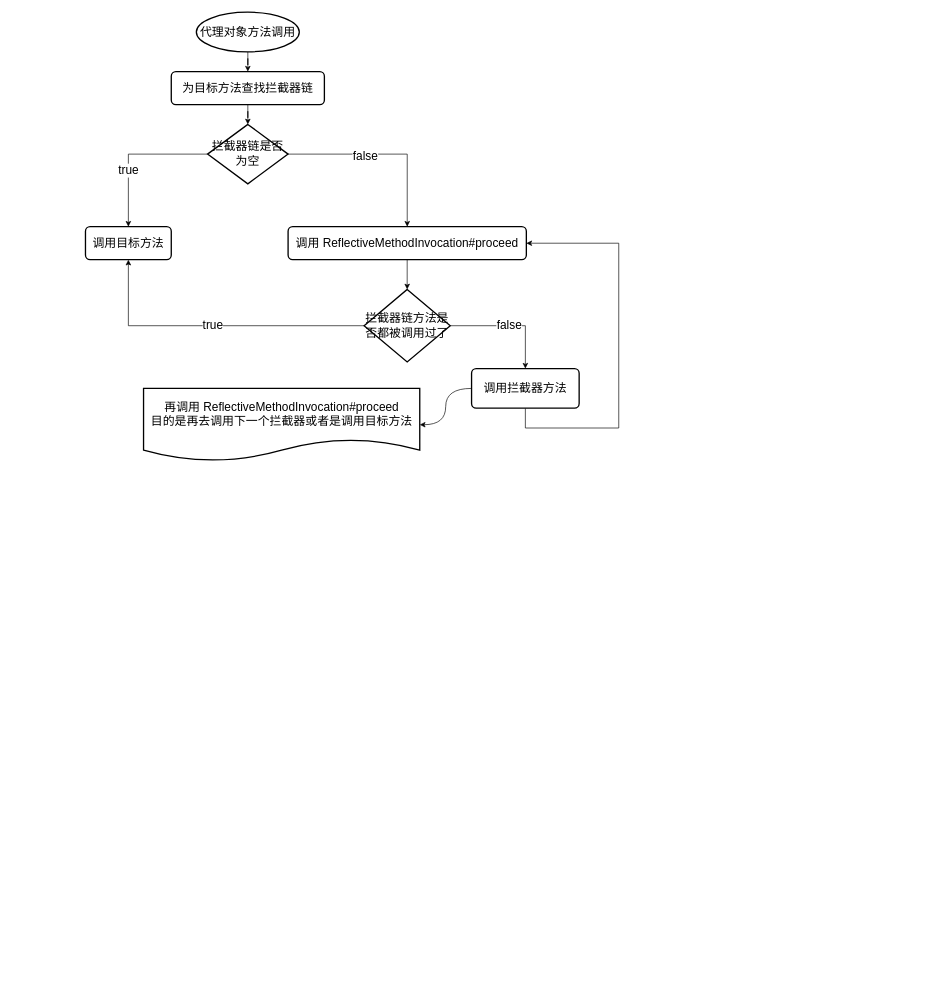
GitHeP/diagrams keeps this draw.io diagram as spring/AOP-Jdk动态代理方法调用过程.drawio. Above is the earlier version. Source tidied: cells renumbered, new cells numbered last; positions are measured from the earlier drawing's top-left corner, leaving out a move shared by most shapes. Both pictures are drawn from the tidied source at 66%, with x=0, y=0 at pixel (85, 12).
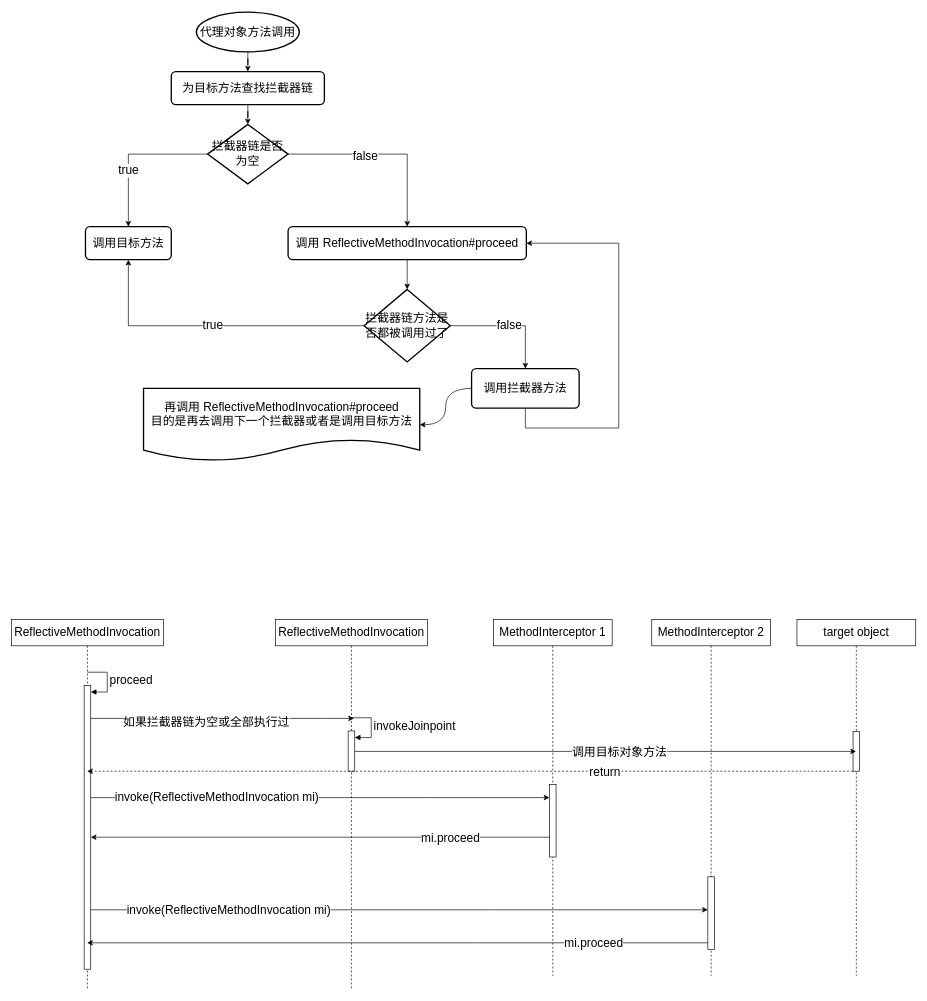
The same diagram, later.

Commit message:
更新AOP-Jdk动态代理方法调用过程.drawio

The edit, as a diff of the source:
```diff
@@
+    <mxCell id="20" style="edgeStyle=elbowEdgeStyle;curved=0;jettySize=auto;html=1;elbow=vertical;rounded=0;fontSize=18;" parent="1" edge="1" source="23">
+      <mxGeometry relative="1" as="geometry">
+        <mxPoint x="406.8" y="1070" as="targetPoint" />
+        <Array as="points">
+          <mxPoint x="357.8" y="1070" />
+          <mxPoint x="107.8" y="1080" />
+          <mxPoint x="377.8" y="1070" />
+        </Array>
+      </mxGeometry>
+    </mxCell>
+    <mxCell id="21" value="如果拦截器链为空或全部执行过" style="edgeLabel;html=1;align=center;verticalAlign=middle;fontSize=18;" parent="20" vertex="1">
+      <mxGeometry x="-0.11" y="-5" relative="1" as="geometry" />
+    </mxCell>
+    <mxCell id="22" value="invoke(ReflectiveMethodInvocation mi)" style="edgeStyle=elbowEdgeStyle;curved=0;jettySize=auto;html=1;elbow=vertical;rounded=0;fontSize=18;" parent="1" edge="1" source="23" target="31">
+      <mxGeometry x="-0.44" relative="1" as="geometry">
+        <Array as="points">
+          <mxPoint x="518" y="1190" />
+          <mxPoint x="558" y="1180" />
+        </Array>
+      </mxGeometry>
+    </mxCell>
+    <mxCell id="23" value="ReflectiveMethodInvocation" style="shape=umlLifeline;perimeter=lifelinePerimeter;whiteSpace=wrap;html=1;outlineConnect=0;portConstraint=eastwest;newEdgeStyle={&quot;edgeStyle&quot;:&quot;elbowEdgeStyle&quot;,&quot;elbow&quot;:&quot;vertical&quot;,&quot;curved&quot;:0,&quot;rounded&quot;:0};fontSize=18;" parent="1" vertex="1">
+      <mxGeometry x="-112" y="920" width="230" height="560" as="geometry" />
+    </mxCell>
+    <mxCell id="24" style="html=1;points=[];perimeter=orthogonalPerimeter;outlineConnect=0;targetShapes=umlLifeline;portConstraint=eastwest;newEdgeStyle={&quot;edgeStyle&quot;:&quot;elbowEdgeStyle&quot;,&quot;elbow&quot;:&quot;vertical&quot;,&quot;curved&quot;:0,&quot;rounded&quot;:0};fontSize=18;" parent="23" vertex="1">
+      <mxGeometry x="110" y="100" width="10" height="430" as="geometry" />
+    </mxCell>
+    <mxCell id="25" value="proceed" style="html=1;align=left;spacingLeft=2;endArrow=block;rounded=0;edgeStyle=orthogonalEdgeStyle;curved=0;rounded=0;fontSize=18;" parent="23" edge="1" target="24">
+      <mxGeometry relative="1" as="geometry">
+        <mxPoint x="115" y="80" as="sourcePoint" />
+        <Array as="points">
+          <mxPoint x="145" y="110" />
+        </Array>
+      </mxGeometry>
+    </mxCell>
+    <mxCell id="26" value="ReflectiveMethodInvocation" style="shape=umlLifeline;perimeter=lifelinePerimeter;whiteSpace=wrap;html=1;newEdgeStyle={&quot;edgeStyle&quot;:&quot;elbowEdgeStyle&quot;,&quot;elbow&quot;:&quot;vertical&quot;,&quot;curved&quot;:0,&quot;rounded&quot;:0};fontSize=18;" parent="1" vertex="1">
+      <mxGeometry x="288" y="920" width="230" height="560" as="geometry" />
+    </mxCell>
+    <mxCell id="27" style="html=1;points=[];perimeter=orthogonalPerimeter;outlineConnect=0;targetShapes=umlLifeline;portConstraint=eastwest;newEdgeStyle={&quot;edgeStyle&quot;:&quot;elbowEdgeStyle&quot;,&quot;elbow&quot;:&quot;vertical&quot;,&quot;curved&quot;:0,&quot;rounded&quot;:0};fontSize=18;" parent="26" vertex="1">
+      <mxGeometry x="110" y="169" width="10" height="61" as="geometry" />
+    </mxCell>
+    <mxCell id="28" value="invokeJoinpoint" style="html=1;align=left;spacingLeft=2;endArrow=block;rounded=0;edgeStyle=orthogonalEdgeStyle;curved=0;rounded=0;fontSize=18;" parent="26" edge="1" target="27">
+      <mxGeometry relative="1" as="geometry">
+        <mxPoint x="115" y="149" as="sourcePoint" />
+        <Array as="points">
+          <mxPoint x="145" y="179" />
+        </Array>
+      </mxGeometry>
+    </mxCell>
+    <mxCell id="29" style="edgeStyle=orthogonalEdgeStyle;curved=1;orthogonalLoop=1;jettySize=auto;html=1;exitX=0.5;exitY=1;exitDx=0;exitDy=0;fontSize=18;" parent="1" edge="1">
+      <mxGeometry relative="1" as="geometry">
+        <mxPoint x="497.5" y="1060" as="sourcePoint" />
+        <mxPoint x="497.6" y="1060" as="targetPoint" />
+      </mxGeometry>
+    </mxCell>
+    <mxCell id="30" value="MethodInterceptor 1" style="shape=umlLifeline;perimeter=lifelinePerimeter;whiteSpace=wrap;html=1;newEdgeStyle={&quot;edgeStyle&quot;:&quot;elbowEdgeStyle&quot;,&quot;elbow&quot;:&quot;vertical&quot;,&quot;curved&quot;:0,&quot;rounded&quot;:0};fontSize=18;" parent="1" vertex="1">
+      <mxGeometry x="618" y="920" width="180" height="540" as="geometry" />
+    </mxCell>
+    <mxCell id="31" style="html=1;points=[];perimeter=orthogonalPerimeter;outlineConnect=0;targetShapes=umlLifeline;portConstraint=eastwest;newEdgeStyle={&quot;edgeStyle&quot;:&quot;elbowEdgeStyle&quot;,&quot;elbow&quot;:&quot;vertical&quot;,&quot;curved&quot;:0,&quot;rounded&quot;:0};fontSize=18;" parent="30" vertex="1">
+      <mxGeometry x="85" y="250" width="10" height="110" as="geometry" />
+    </mxCell>
+    <mxCell id="32" style="edgeStyle=elbowEdgeStyle;curved=0;jettySize=auto;html=1;elbow=vertical;rounded=0;fontSize=18;" parent="1" edge="1" source="31" target="24">
+      <mxGeometry relative="1" as="geometry">
+        <Array as="points">
+          <mxPoint x="578" y="1250" />
+        </Array>
+      </mxGeometry>
+    </mxCell>
+    <mxCell id="33" value="mi.proceed" style="edgeLabel;html=1;align=center;verticalAlign=middle;fontSize=18;" parent="32" vertex="1">
+      <mxGeometry x="-0.15" y="1" relative="1" as="geometry">
+        <mxPoint x="144" as="offset" />
+      </mxGeometry>
+    </mxCell>
+    <mxCell id="34" style="edgeStyle=elbowEdgeStyle;curved=0;jettySize=auto;html=1;elbow=vertical;rounded=0;fontSize=18;" parent="1" edge="1" source="24" target="37">
+      <mxGeometry relative="1" as="geometry">
+        <Array as="points">
+          <mxPoint x="618" y="1360" />
+        </Array>
+      </mxGeometry>
+    </mxCell>
+    <mxCell id="35" value="invoke(ReflectiveMethodInvocation mi)" style="edgeLabel;html=1;align=center;verticalAlign=middle;fontSize=18;" parent="34" vertex="1">
+      <mxGeometry x="-0.1" relative="1" as="geometry">
+        <mxPoint x="-213" as="offset" />
+      </mxGeometry>
+    </mxCell>
+    <mxCell id="36" value="MethodInterceptor 2" style="shape=umlLifeline;perimeter=lifelinePerimeter;whiteSpace=wrap;html=1;newEdgeStyle={&quot;edgeStyle&quot;:&quot;elbowEdgeStyle&quot;,&quot;elbow&quot;:&quot;vertical&quot;,&quot;curved&quot;:0,&quot;rounded&quot;:0};fontSize=18;" parent="1" vertex="1">
+      <mxGeometry x="858" y="920" width="180" height="540" as="geometry" />
+    </mxCell>
+    <mxCell id="37" style="html=1;points=[];perimeter=orthogonalPerimeter;outlineConnect=0;targetShapes=umlLifeline;portConstraint=eastwest;newEdgeStyle={&quot;edgeStyle&quot;:&quot;elbowEdgeStyle&quot;,&quot;elbow&quot;:&quot;vertical&quot;,&quot;curved&quot;:0,&quot;rounded&quot;:0};fontSize=18;" parent="36" vertex="1">
+      <mxGeometry x="85" y="390" width="10" height="110" as="geometry" />
+    </mxCell>
+    <mxCell id="38" style="edgeStyle=elbowEdgeStyle;curved=0;jettySize=auto;html=1;elbow=vertical;rounded=0;fontSize=18;" parent="1" edge="1" source="37" target="23">
+      <mxGeometry relative="1" as="geometry">
+        <Array as="points">
+          <mxPoint x="588" y="1410" />
+        </Array>
+      </mxGeometry>
+    </mxCell>
+    <mxCell id="39" value="mi.proceed" style="edgeLabel;html=1;align=center;verticalAlign=middle;fontSize=18;" parent="38" vertex="1">
+      <mxGeometry x="0.07" y="3" relative="1" as="geometry">
+        <mxPoint x="329" y="-3" as="offset" />
+      </mxGeometry>
+    </mxCell>
+    <mxCell id="40" value="target object" style="shape=umlLifeline;perimeter=lifelinePerimeter;whiteSpace=wrap;html=1;outlineConnect=0;portConstraint=eastwest;newEdgeStyle={&quot;edgeStyle&quot;:&quot;elbowEdgeStyle&quot;,&quot;elbow&quot;:&quot;vertical&quot;,&quot;curved&quot;:0,&quot;rounded&quot;:0};fontSize=18;" parent="1" vertex="1">
+      <mxGeometry x="1078" y="920" width="180" height="540" as="geometry" />
+    </mxCell>
+    <mxCell id="41" style="html=1;points=[];perimeter=orthogonalPerimeter;outlineConnect=0;targetShapes=umlLifeline;portConstraint=eastwest;newEdgeStyle={&quot;edgeStyle&quot;:&quot;elbowEdgeStyle&quot;,&quot;elbow&quot;:&quot;vertical&quot;,&quot;curved&quot;:0,&quot;rounded&quot;:0};fontSize=18;" parent="40" vertex="1">
+      <mxGeometry x="85" y="170" width="10" height="60" as="geometry" />
+    </mxCell>
+    <mxCell id="42" style="edgeStyle=elbowEdgeStyle;curved=0;jettySize=auto;html=1;elbow=vertical;rounded=0;fontSize=18;" parent="1" edge="1" source="27" target="40">
+      <mxGeometry relative="1" as="geometry" />
+    </mxCell>
+    <mxCell id="43" value="调用目标对象方法" style="edgeLabel;html=1;align=center;verticalAlign=middle;fontSize=18;" parent="42" vertex="1">
+      <mxGeometry x="-0.02" y="-2" relative="1" as="geometry">
+        <mxPoint x="28" y="-2" as="offset" />
+      </mxGeometry>
+    </mxCell>
+    <mxCell id="44" style="edgeStyle=elbowEdgeStyle;curved=0;jettySize=auto;html=1;elbow=vertical;rounded=0;fontSize=18;strokeColor=none;" parent="1" edge="1" source="41" target="23">
+      <mxGeometry relative="1" as="geometry">
+        <Array as="points">
+          <mxPoint x="1138" y="1150" />
+          <mxPoint x="1098" y="1140" />
+        </Array>
+      </mxGeometry>
+    </mxCell>
+    <mxCell id="45" style="edgeStyle=elbowEdgeStyle;curved=0;jettySize=auto;html=1;elbow=vertical;rounded=0;dashed=1;fontSize=18;" parent="1" edge="1" source="41" target="23">
+      <mxGeometry relative="1" as="geometry">
+        <Array as="points">
+          <mxPoint x="688" y="1150" />
+        </Array>
+      </mxGeometry>
+    </mxCell>
+    <mxCell id="46" value="return" style="edgeLabel;html=1;align=center;verticalAlign=middle;fontSize=18;" parent="45" vertex="1">
+      <mxGeometry x="-0.35" y="1" relative="1" as="geometry" />
+    </mxCell>
```
